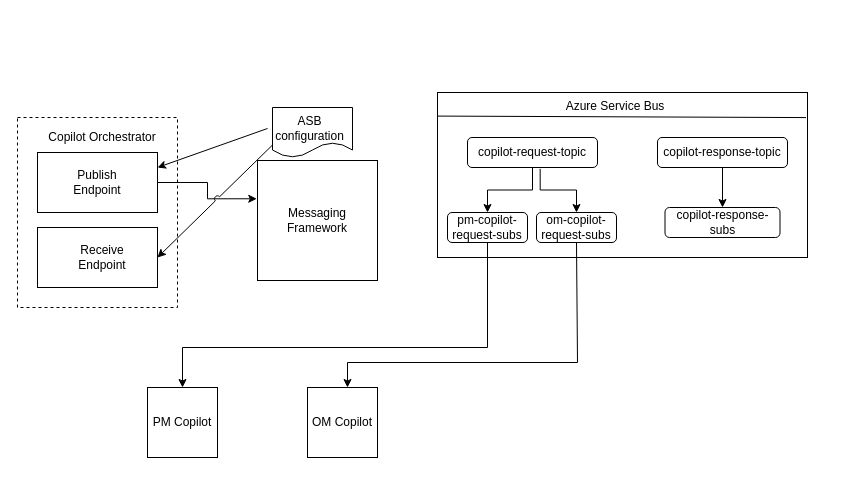
This is CopilotOrchestorUsingMessagingFramework.drawio from rake120/Rake, a draw.io file, before an edit. Source tidied: cells renumbered, new cells numbered last; positions are measured from the earlier drawing's top-left corner, leaving out a move shared by most shapes. Both pictures are drawn from the tidied source at 100%, with x=0, y=0 at pixel (17, 92).
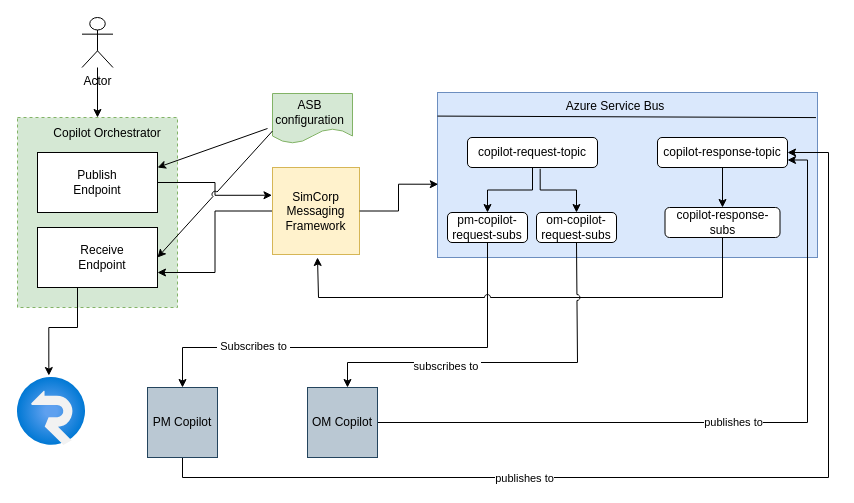
The same page after the edit.

The change refers to these unchanged cells:
```xml
<mxCell id="6" style="rounded=0;whiteSpace=wrap;html=1;" parent="1" vertex="1">
  <mxGeometry x="20" y="135" width="120" height="60" as="geometry" />
</mxCell>
<mxCell id="17" value="pm-copilot-request-subs" style="rounded=1;whiteSpace=wrap;html=1;" parent="1" vertex="1">
  <mxGeometry x="430" y="120" width="80" height="30" as="geometry" />
</mxCell>
<mxCell id="24" value="copilot-response-topic" style="rounded=1;whiteSpace=wrap;html=1;" parent="1" vertex="1">
  <mxGeometry x="640" y="45" width="130" height="30" as="geometry" />
</mxCell>
<mxCell id="25" value="copilot-response-subs" style="rounded=1;whiteSpace=wrap;html=1;" parent="1" vertex="1">
  <mxGeometry x="647.5" y="115" width="115" height="30" as="geometry" />
</mxCell>
<mxCell id="28" style="edgeStyle=orthogonalEdgeStyle;rounded=0;jettySize=auto;html=1;exitX=0.5;exitY=1;exitDx=0;exitDy=0;jumpStyle=arc;" parent="1" edge="1" source="18">
  <mxGeometry relative="1" as="geometry">
    <mxPoint x="330" y="295" as="targetPoint" />
    <Array as="points">
      <mxPoint x="559" y="165" />
      <mxPoint x="560" y="165" />
      <mxPoint x="560" y="270" />
      <mxPoint x="330" y="270" />
    </Array>
  </mxGeometry>
</mxCell>
```

What changed in the source:
```diff
@@
-    <mxCell id="2" style="rounded=0;whiteSpace=wrap;html=1;" parent="1" vertex="1">
-      <mxGeometry x="420" width="370" height="165" as="geometry" />
+    <mxCell id="2" style="rounded=0;whiteSpace=wrap;html=1;fillColor=#dae8fc;strokeColor=#6c8ebf;" parent="1" vertex="1">
+      <mxGeometry x="420" width="380" height="165" as="geometry" />
     </mxCell>
-    <mxCell id="3" style="rounded=0;whiteSpace=wrap;html=1;dashed=1;" parent="1" vertex="1">
+    <mxCell id="3" style="rounded=0;whiteSpace=wrap;html=1;dashed=1;fillColor=#d5e8d4;strokeColor=#82b366;" parent="1" vertex="1">
       <mxGeometry y="25" width="160" height="190" as="geometry" />
     </mxCell>
@@
+    <mxCell id="29" style="edgeStyle=orthogonalEdgeStyle;rounded=0;jettySize=auto;html=1;entryX=0.461;entryY=-0.029;entryDx=0;entryDy=0;entryPerimeter=0;" parent="1" edge="1" source="6" target="38">
+      <mxGeometry relative="1" as="geometry">
+        <Array as="points">
+          <mxPoint x="60" y="235" />
+          <mxPoint x="31" y="235" />
+        </Array>
+      </mxGeometry>
+    </mxCell>
@@
     <mxCell id="8" value="Copilot Orchestrator" style="text;html=1;align=center;verticalAlign=middle;whiteSpace=wrap;rounded=0;" parent="1" vertex="1">
-      <mxGeometry x="10" y="30" width="150" height="30" as="geometry" />
+      <mxGeometry x="15" y="28" width="150" height="25" as="geometry" />
     </mxCell>
-    <mxCell id="9" style="shape=document;whiteSpace=wrap;html=1;boundedLbl=1;" parent="1" vertex="1">
-      <mxGeometry x="255" y="15" width="80" height="50" as="geometry" />
+    <mxCell id="9" style="shape=document;whiteSpace=wrap;html=1;boundedLbl=1;fillColor=#d5e8d4;strokeColor=#82b366;" parent="1" vertex="1">
+      <mxGeometry x="255" y="1" width="80" height="50" as="geometry" />
     </mxCell>
     <mxCell id="10" value="ASB &lt;br&gt;configuration" style="text;html=1;align=center;verticalAlign=middle;whiteSpace=wrap;rounded=0;" parent="1" vertex="1">
-      <mxGeometry x="250" y="21" width="85" height="30" as="geometry" />
+      <mxGeometry x="250" y="4.5" width="85" height="30" as="geometry" />
     </mxCell>
+    <mxCell id="30" style="edgeStyle=orthogonalEdgeStyle;rounded=0;jettySize=auto;html=1;entryX=1;entryY=0.75;entryDx=0;entryDy=0;" parent="1" edge="1" source="11" target="6">
+      <mxGeometry relative="1" as="geometry" />
+    </mxCell>
-    <mxCell id="11" value="Messaging &lt;br&gt;Framework" style="whiteSpace=wrap;html=1;" parent="1" vertex="1">
-      <mxGeometry x="240" y="68" width="120" height="120" as="geometry" />
+    <mxCell id="11" value="SimCorp&lt;br&gt;Messaging &lt;br&gt;Framework" style="whiteSpace=wrap;html=1;fillColor=#fff2cc;strokeColor=#d6b656;" parent="1" vertex="1">
+      <mxGeometry x="255" y="75" width="87" height="87" as="geometry" />
     </mxCell>
@@
-    <mxCell id="16" style="edgeStyle=orthogonalEdgeStyle;rounded=0;jettySize=auto;html=1;entryX=0.5;entryY=0;entryDx=0;entryDy=0;exitX=0.5;exitY=1;exitDx=0;exitDy=0;" parent="1" edge="1" source="17" target="26">
+    <mxCell id="16" style="edgeStyle=orthogonalEdgeStyle;rounded=0;jettySize=auto;html=1;entryX=0.5;entryY=0;entryDx=0;entryDy=0;exitX=0.5;exitY=1;exitDx=0;exitDy=0;verticalAlign=middle;jumpStyle=arc;" parent="1" edge="1" source="17" target="26">
       <mxGeometry relative="1" as="geometry">
         <Array as="points">
           <mxPoint x="470" y="255" />
           <mxPoint x="165" y="255" />
         </Array>
       </mxGeometry>
     </mxCell>
+    <mxCell id="31" value="&amp;nbsp;Subscribes to&amp;nbsp;" style="edgeLabel;html=1;align=center;verticalAlign=middle;" parent="16" vertex="1">
+      <mxGeometry x="0.51" y="-2" relative="1" as="geometry" />
+    </mxCell>
@@
+    <mxCell id="32" style="edgeStyle=orthogonalEdgeStyle;rounded=0;jettySize=auto;html=1;jumpStyle=arc;" parent="1" edge="1" source="25">
+      <mxGeometry relative="1" as="geometry">
+        <mxPoint x="300" y="165" as="targetPoint" />
+        <Array as="points">
+          <mxPoint x="705" y="205" />
+          <mxPoint x="301" y="205" />
+        </Array>
+      </mxGeometry>
+    </mxCell>
@@
+    <mxCell id="33" style="edgeStyle=orthogonalEdgeStyle;rounded=0;jettySize=auto;html=1;entryX=1;entryY=0.5;entryDx=0;entryDy=0;" parent="1" edge="1" source="26" target="24">
+      <mxGeometry relative="1" as="geometry">
+        <Array as="points">
+          <mxPoint x="165" y="385" />
+          <mxPoint x="811" y="385" />
+          <mxPoint x="811" y="60" />
+        </Array>
+      </mxGeometry>
+    </mxCell>
+    <mxCell id="34" value="publishes to" style="edgeLabel;html=1;align=center;verticalAlign=middle;" parent="33" vertex="1">
+      <mxGeometry x="-0.3" relative="1" as="geometry" />
+    </mxCell>
-    <mxCell id="26" value="PM Copilot" style="whiteSpace=wrap;html=1;" parent="1" vertex="1">
+    <mxCell id="26" value="PM Copilot" style="whiteSpace=wrap;html=1;fillColor=#bac8d3;strokeColor=#23445d;" parent="1" vertex="1">
       <mxGeometry x="130" y="295" width="70" height="70" as="geometry" />
     </mxCell>
+    <mxCell id="35" value="publishes to" style="edgeStyle=orthogonalEdgeStyle;rounded=0;jettySize=auto;html=1;entryX=1;entryY=0.75;entryDx=0;entryDy=0;exitX=1;exitY=0.5;exitDx=0;exitDy=0;" parent="1" edge="1" source="27" target="24">
+      <mxGeometry relative="1" as="geometry" />
+    </mxCell>
-    <mxCell id="27" value="OM Copilot" style="whiteSpace=wrap;html=1;" parent="1" vertex="1">
+    <mxCell id="27" value="OM Copilot" style="whiteSpace=wrap;html=1;fillColor=#bac8d3;strokeColor=#23445d;" parent="1" vertex="1">
       <mxGeometry x="290" y="295" width="70" height="70" as="geometry" />
     </mxCell>
@@
+    <mxCell id="36" value="subscribes to&amp;nbsp;" style="edgeLabel;html=1;align=center;verticalAlign=middle;" parent="28" vertex="1">
+      <mxGeometry x="0.34" y="3" relative="1" as="geometry" />
+    </mxCell>
+    <mxCell id="37" style="edgeStyle=orthogonalEdgeStyle;rounded=0;jettySize=auto;html=1;entryX=0.002;entryY=0.556;entryDx=0;entryDy=0;entryPerimeter=0;" parent="1" edge="1" source="11" target="2">
+      <mxGeometry relative="1" as="geometry" />
+    </mxCell>
+    <mxCell id="38" style="image;html=1;points=[];align=center;fontSize=12;image=img/lib/azure2/web/SignalR.svg;" parent="1" vertex="1">
+      <mxGeometry y="285" width="68" height="68" as="geometry" />
+    </mxCell>
+    <mxCell id="39" style="edgeStyle=orthogonalEdgeStyle;rounded=0;jettySize=auto;html=1;entryX=0.5;entryY=0;entryDx=0;entryDy=0;" parent="1" edge="1" source="40" target="3">
+      <mxGeometry relative="1" as="geometry" />
+    </mxCell>
+    <mxCell id="40" value="Actor" style="shape=umlActor;verticalLabelPosition=bottom;verticalAlign=top;html=1;outlineConnect=0;" parent="1" vertex="1">
+      <mxGeometry x="64.5" y="-75" width="31" height="50" as="geometry" />
+    </mxCell>
```
